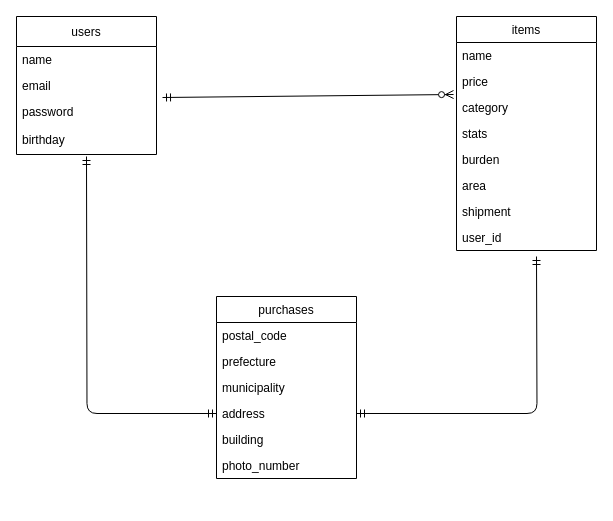
Earlier version of the draw.io diagram bin/ER.dio (massan7251/furima-33932). Source tidied: cells renumbered, new cells numbered last; positions are measured from the earlier drawing's top-left corner, leaving out a move shared by most shapes. Both pictures are drawn from the tidied source at 100%, with x=0, y=0 at pixel (16, 16).
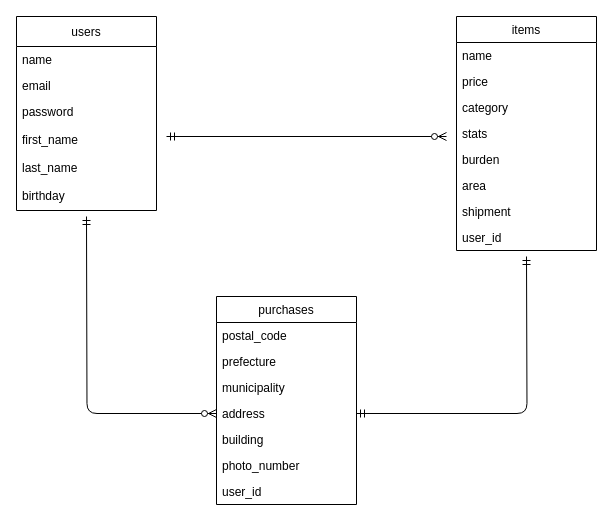
Above is the later version.

Unchanged cells that the change refers to:
```xml
<mxCell id="4" value="email" style="text;strokeColor=none;fillColor=none;align=left;verticalAlign=top;spacingLeft=4;spacingRight=4;overflow=hidden;points=[[0,0.5],[1,0.5]];portConstraint=eastwest;" parent="2" vertex="1">
  <mxGeometry y="56" width="140" height="26" as="geometry" />
</mxCell>
<mxCell id="10" value="category" style="text;strokeColor=none;fillColor=none;align=left;verticalAlign=top;spacingLeft=4;spacingRight=4;overflow=hidden;points=[[0,0.5],[1,0.5]];portConstraint=eastwest;" parent="7" vertex="1">
  <mxGeometry y="78" width="140" height="26" as="geometry" />
</mxCell>
<mxCell id="20" value="address" style="text;strokeColor=none;fillColor=none;align=left;verticalAlign=top;spacingLeft=4;spacingRight=4;overflow=hidden;points=[[0,0.5],[1,0.5]];portConstraint=eastwest;" parent="16" vertex="1">
  <mxGeometry y="104" width="140" height="26" as="geometry" />
</mxCell>
```

Change to the diagram source:
```diff
@@
     <mxCell id="2" value="users" style="swimlane;fontStyle=0;horizontal=1;startSize=30;fillColor=none;" parent="1" vertex="1">
-      <mxGeometry width="140" height="138" as="geometry" />
+      <mxGeometry width="140" height="194" as="geometry" />
     </mxCell>
@@
+    <mxCell id="26" value="first_name" style="text;strokeColor=none;fillColor=none;align=left;verticalAlign=top;spacingLeft=4;spacingRight=4;overflow=hidden;" parent="2" vertex="1">
+      <mxGeometry y="110" width="140" height="28" as="geometry" />
+    </mxCell>
+    <mxCell id="27" value="last_name" style="text;strokeColor=none;fillColor=none;align=left;verticalAlign=top;spacingLeft=4;spacingRight=4;overflow=hidden;" parent="2" vertex="1">
+      <mxGeometry y="138" width="140" height="28" as="geometry" />
+    </mxCell>
     <mxCell id="6" value="birthday" style="text;strokeColor=none;fillColor=none;align=left;verticalAlign=top;spacingLeft=4;spacingRight=4;overflow=hidden;" parent="2" vertex="1">
-      <mxGeometry y="110" width="140" height="28" as="geometry" />
+      <mxGeometry y="166" width="140" height="28" as="geometry" />
     </mxCell>
@@
     <mxCell id="16" value="purchases" style="swimlane;fontStyle=0;horizontal=1;startSize=26;fillColor=none;" parent="1" vertex="1">
-      <mxGeometry x="200" y="280" width="140" height="182" as="geometry" />
+      <mxGeometry x="200" y="280" width="140" height="208" as="geometry" />
     </mxCell>
@@
-    <mxCell id="23" style="fontSize=12;html=1;endArrow=ERzeroToMany;startArrow=ERmandOne;exitX=1.043;exitY=0.962;exitDx=0;exitDy=0;exitPerimeter=0;entryX=-0.021;entryY=0;entryDx=0;entryDy=0;entryPerimeter=0;strokeWidth=1;" parent="1" edge="1" source="4" target="10">
-      <mxGeometry relative="1" as="geometry" />
-    </mxCell>
+    <mxCell id="28" value="user_id" style="text;strokeColor=none;fillColor=none;align=left;verticalAlign=top;spacingLeft=4;spacingRight=4;overflow=hidden;" parent="16" vertex="1">
+      <mxGeometry y="182" width="140" height="26" as="geometry" />
+    </mxCell>
     <mxCell id="24" style="edgeStyle=orthogonalEdgeStyle;fontSize=12;html=1;endArrow=ERmandOne;startArrow=ERmandOne;exitX=1;exitY=0.5;exitDx=0;exitDy=0;" parent="1" edge="1" source="20">
       <mxGeometry relative="1" as="geometry">
-        <mxPoint x="520" y="240" as="targetPoint" />
+        <mxPoint x="510" y="240" as="targetPoint" />
       </mxGeometry>
     </mxCell>
-    <mxCell id="25" style="edgeStyle=orthogonalEdgeStyle;fontSize=12;html=1;endArrow=ERmandOne;startArrow=ERmandOne;entryX=0;entryY=0.5;entryDx=0;entryDy=0;" parent="1" edge="1" target="20">
+    <mxCell id="25" style="edgeStyle=orthogonalEdgeStyle;fontSize=12;html=1;endArrow=ERzeroToMany;startArrow=ERmandOne;entryX=0;entryY=0.5;entryDx=0;entryDy=0;" parent="1" edge="1" target="20">
       <mxGeometry relative="1" as="geometry">
-        <mxPoint x="70" y="140" as="sourcePoint" />
+        <mxPoint x="70" y="200" as="sourcePoint" />
       </mxGeometry>
     </mxCell>
+    <mxCell id="29" style="fontSize=12;html=1;endArrow=ERzeroToMany;startArrow=ERmandOne;" parent="1" edge="1">
+      <mxGeometry relative="1" as="geometry">
+        <mxPoint x="150" y="120" as="sourcePoint" />
+        <mxPoint x="430" y="120" as="targetPoint" />
+      </mxGeometry>
+    </mxCell>
```
